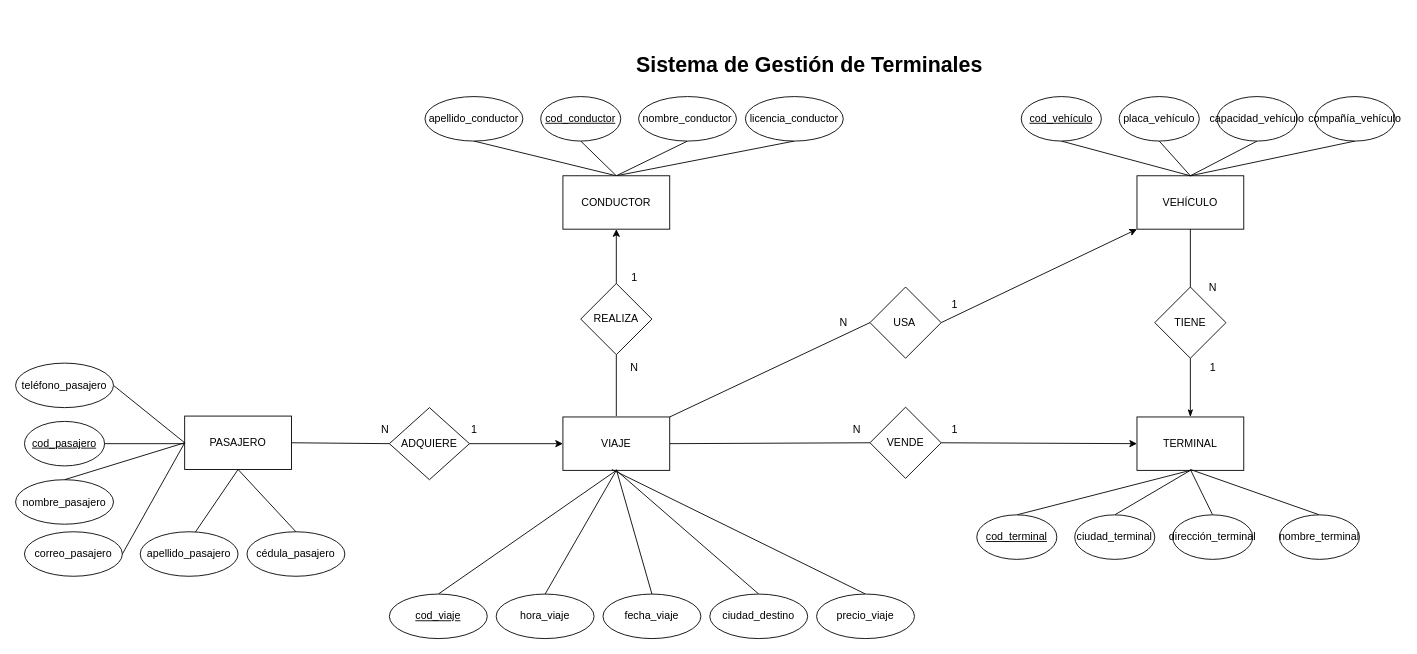
Before: MER.drawio in Vladimirjon/Proyecto_BDD, a draw.io diagram. Source tidied: cells renumbered, new cells numbered last; positions are measured from the earlier drawing's top-left corner, leaving out a move shared by most shapes. Both pictures are drawn from the tidied source at 89%, with x=0, y=0 at pixel (15, 34).
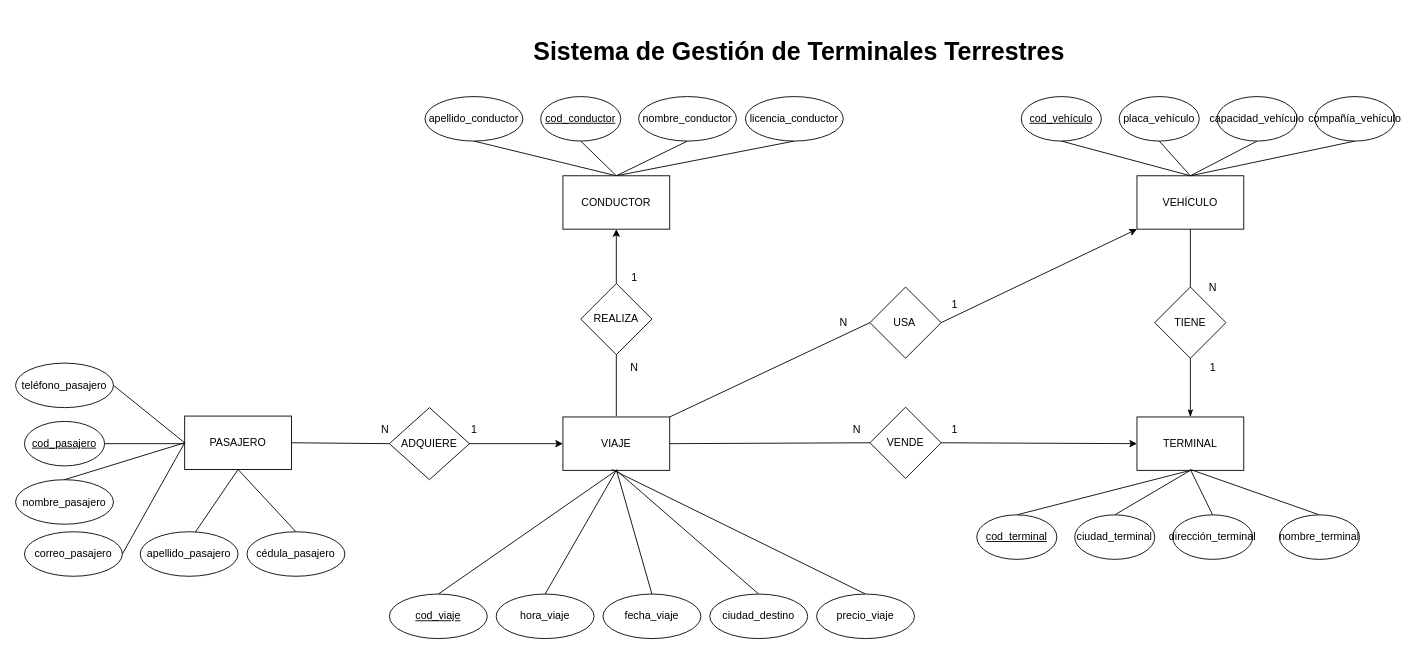
The same page after the edit.

Commit message (it also covers changes not shown here):
tamaños cambiados

Change to the diagram source:
```diff
@@
-    <mxCell id="2" value="&lt;h1&gt;&lt;b&gt;Sistema de Gestión de Terminales&amp;nbsp;&lt;/b&gt;&lt;/h1&gt;" style="text;html=1;align=center;verticalAlign=middle;strokeColor=none;fillColor=none;" parent="1" vertex="1">
-      <mxGeometry x="685" width="420" height="70" as="geometry" />
+    <mxCell id="2" value="&lt;h2&gt;&lt;b&gt;&lt;font style=&quot;font-size: 28px;&quot;&gt;Sistema de Gestión de Terminales Terrestres&lt;/font&gt;&lt;/b&gt;&lt;/h2&gt;" style="text;html=1;align=center;verticalAlign=middle;strokeColor=none;fillColor=none;" parent="1" vertex="1">
+      <mxGeometry x="570" y="-21" width="620" height="80" as="geometry" />
     </mxCell>
```
